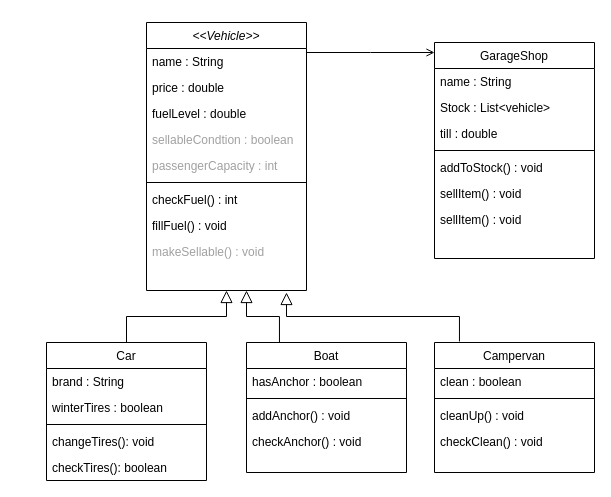
Before: UML_class_diagram.drawio in rosiemiall/polymorphism_lab, a draw.io diagram. Source tidied: cells renumbered, new cells numbered last; positions are measured from the earlier drawing's top-left corner, leaving out a move shared by most shapes. Both pictures are drawn from the tidied source at 100%, with x=0, y=0 at pixel (46, 22).
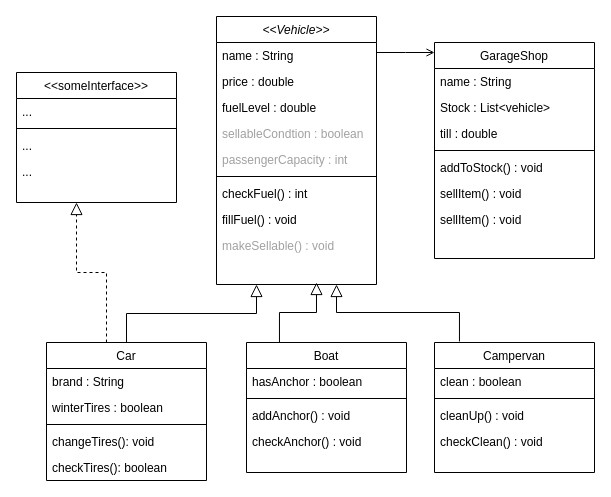
After the change.

Unchanged cells that the change refers to:
```xml
<mxCell id="12" value="Car" style="swimlane;fontStyle=0;align=center;verticalAlign=top;horizontal=1;startSize=26;rounded=0;shadow=0;strokeWidth=1;" parent="1" vertex="1">
  <mxGeometry y="320" width="160" height="138" as="geometry" />
</mxCell>
<mxCell id="19" value="Boat" style="swimlane;fontStyle=0;align=center;verticalAlign=top;horizontal=1;startSize=26;rounded=0;shadow=0;strokeWidth=1;" parent="1" vertex="1">
  <mxGeometry x="200" y="320" width="160" height="130" as="geometry" />
</mxCell>
<mxCell id="35" value="Campervan" style="swimlane;fontStyle=0;align=center;verticalAlign=top;horizontal=1;startSize=26;rounded=0;shadow=0;strokeWidth=1;" parent="1" vertex="1">
  <mxGeometry x="388" y="320" width="160" height="130" as="geometry" />
</mxCell>
```

What changed in the source:
```diff
@@
     <mxCell id="2" value="&lt;&lt;Vehicle&gt;&gt;" style="swimlane;fontStyle=2;align=center;verticalAlign=top;horizontal=1;startSize=26;rounded=0;shadow=0;strokeWidth=1;" parent="1" vertex="1">
-      <mxGeometry x="100" width="160" height="268" as="geometry" />
+      <mxGeometry x="170" y="-6" width="160" height="268" as="geometry" />
     </mxCell>
@@
-    <mxCell id="18" style="endArrow=block;endSize=10;endFill=0;shadow=0;strokeWidth=1;rounded=0;edgeStyle=elbowEdgeStyle;elbow=vertical;" parent="1" edge="1" source="12" target="2">
+    <mxCell id="18" style="endArrow=block;endSize=10;endFill=0;shadow=0;strokeWidth=1;rounded=0;edgeStyle=elbowEdgeStyle;elbow=vertical;entryX=0.25;entryY=1;entryDx=0;entryDy=0;" parent="1" edge="1" source="12" target="2">
       <mxGeometry relative="1" as="geometry" />
     </mxCell>
@@
     <mxCell id="32" style="endArrow=open;shadow=0;strokeWidth=1;rounded=0;endFill=1;edgeStyle=elbowEdgeStyle;elbow=vertical;" parent="1" edge="1">
       <mxGeometry x="0.5" y="41" relative="1" as="geometry">
-        <mxPoint x="260" y="30" as="sourcePoint" />
+        <mxPoint x="330" y="30" as="sourcePoint" />
         <mxPoint x="388" y="30" as="targetPoint" />
         <mxPoint x="-40" y="32" as="offset" />
       </mxGeometry>
     </mxCell>
@@
-    <mxCell id="34" style="endArrow=block;endSize=10;endFill=0;shadow=0;strokeWidth=1;rounded=0;edgeStyle=elbowEdgeStyle;elbow=vertical;exitX=0.206;exitY=0;exitDx=0;exitDy=0;exitPerimeter=0;entryX=0.588;entryY=0.962;entryDx=0;entryDy=0;entryPerimeter=0;" parent="1" edge="1" source="19">
+    <mxCell id="34" style="endArrow=block;endSize=10;endFill=0;shadow=0;strokeWidth=1;rounded=0;edgeStyle=elbowEdgeStyle;elbow=vertical;exitX=0.206;exitY=0;exitDx=0;exitDy=0;exitPerimeter=0;" parent="1" edge="1" source="19">
       <mxGeometry relative="1" as="geometry">
-        <mxPoint x="200" y="268" as="targetPoint" />
+        <mxPoint x="270" y="260" as="targetPoint" />
       </mxGeometry>
     </mxCell>
@@
-    <mxCell id="40" style="endArrow=block;endSize=10;endFill=0;shadow=0;strokeWidth=1;rounded=0;edgeStyle=elbowEdgeStyle;elbow=vertical;exitX=0.156;exitY=-0.008;exitDx=0;exitDy=0;exitPerimeter=0;" parent="1" edge="1" source="35">
-      <mxGeometry relative="1" as="geometry">
-        <mxPoint x="240" y="270" as="targetPoint" />
-      </mxGeometry>
+    <mxCell id="40" style="endArrow=block;endSize=10;endFill=0;shadow=0;strokeWidth=1;rounded=0;edgeStyle=elbowEdgeStyle;elbow=vertical;exitX=0.156;exitY=-0.008;exitDx=0;exitDy=0;exitPerimeter=0;entryX=0.75;entryY=1;entryDx=0;entryDy=0;" parent="1" edge="1" source="35" target="2">
+      <mxGeometry relative="1" as="geometry" />
     </mxCell>
+    <mxCell id="41" style="endArrow=block;endSize=10;endFill=0;shadow=0;strokeWidth=1;rounded=0;edgeStyle=elbowEdgeStyle;elbow=vertical;dashed=1;" parent="1" edge="1">
+      <mxGeometry relative="1" as="geometry">
+        <mxPoint x="60" y="320" as="sourcePoint" />
+        <mxPoint x="30" y="180" as="targetPoint" />
+      </mxGeometry>
+    </mxCell>
+    <mxCell id="42" value="&lt;&lt;someInterface&gt;&gt;" style="swimlane;fontStyle=0;align=center;verticalAlign=top;horizontal=1;startSize=26;rounded=0;shadow=0;strokeWidth=1;" parent="1" vertex="1">
+      <mxGeometry x="-30" y="50" width="160" height="130" as="geometry" />
+    </mxCell>
+    <mxCell id="43" value="..." style="text;align=left;verticalAlign=top;spacingLeft=4;spacingRight=4;overflow=hidden;" parent="42" vertex="1">
+      <mxGeometry y="26" width="160" height="26" as="geometry" />
+    </mxCell>
+    <mxCell id="44" style="line;html=1;strokeWidth=1;align=left;verticalAlign=middle;spacingTop=-1;spacingLeft=3;spacingRight=3;labelPosition=right;" parent="42" vertex="1">
+      <mxGeometry y="52" width="160" height="8" as="geometry" />
+    </mxCell>
+    <mxCell id="45" value="..." style="text;align=left;verticalAlign=top;spacingLeft=4;spacingRight=4;overflow=hidden;" parent="42" vertex="1">
+      <mxGeometry y="60" width="160" height="26" as="geometry" />
+    </mxCell>
+    <mxCell id="46" value="..." style="text;align=left;verticalAlign=top;spacingLeft=4;spacingRight=4;overflow=hidden;" parent="42" vertex="1">
+      <mxGeometry y="86" width="160" height="26" as="geometry" />
+    </mxCell>
```
